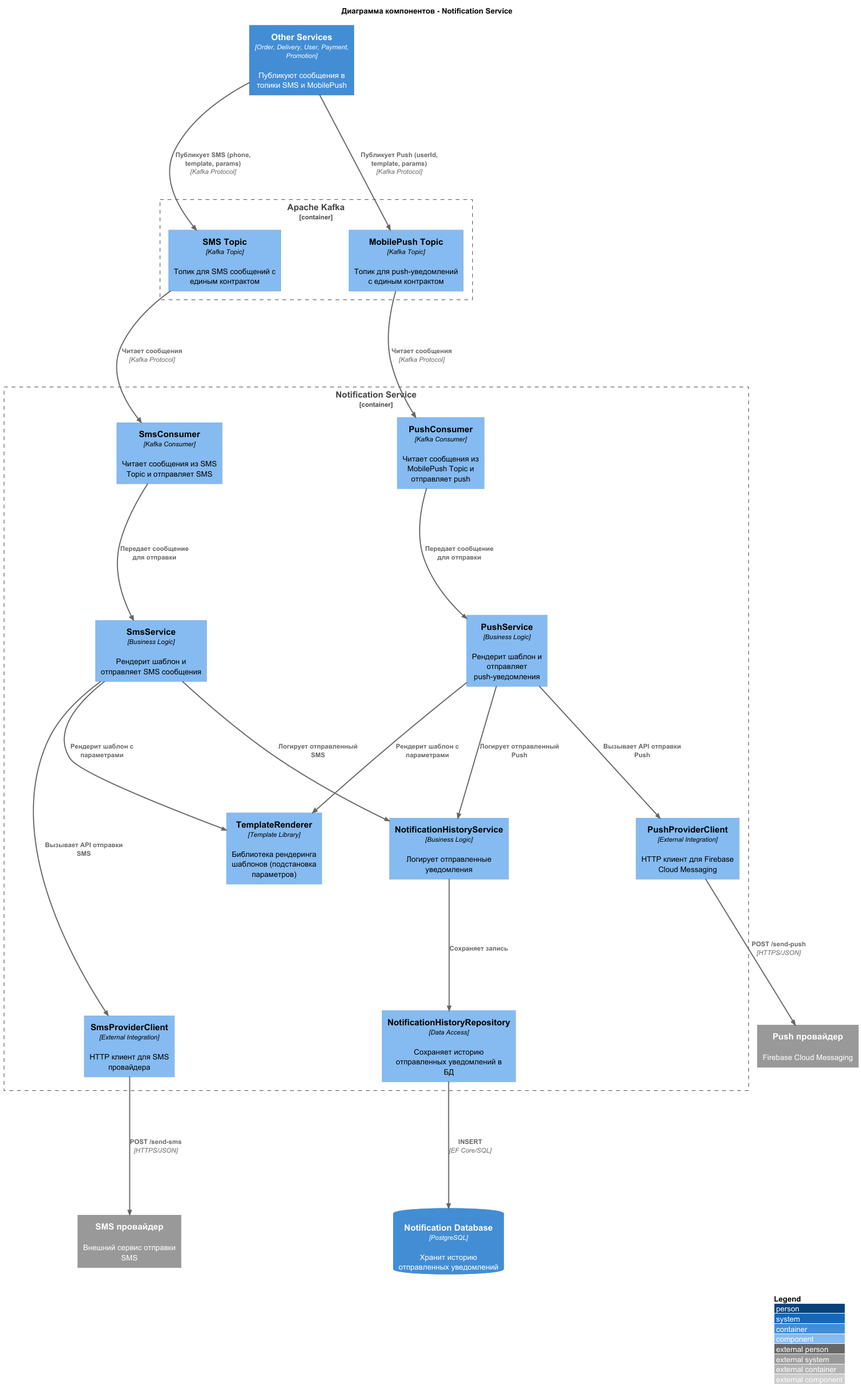
Earlier version of the PlantUML export Lab Work №2/docs/notification_service_component_diagram.png (QimbE/SoftwareArchitecture).
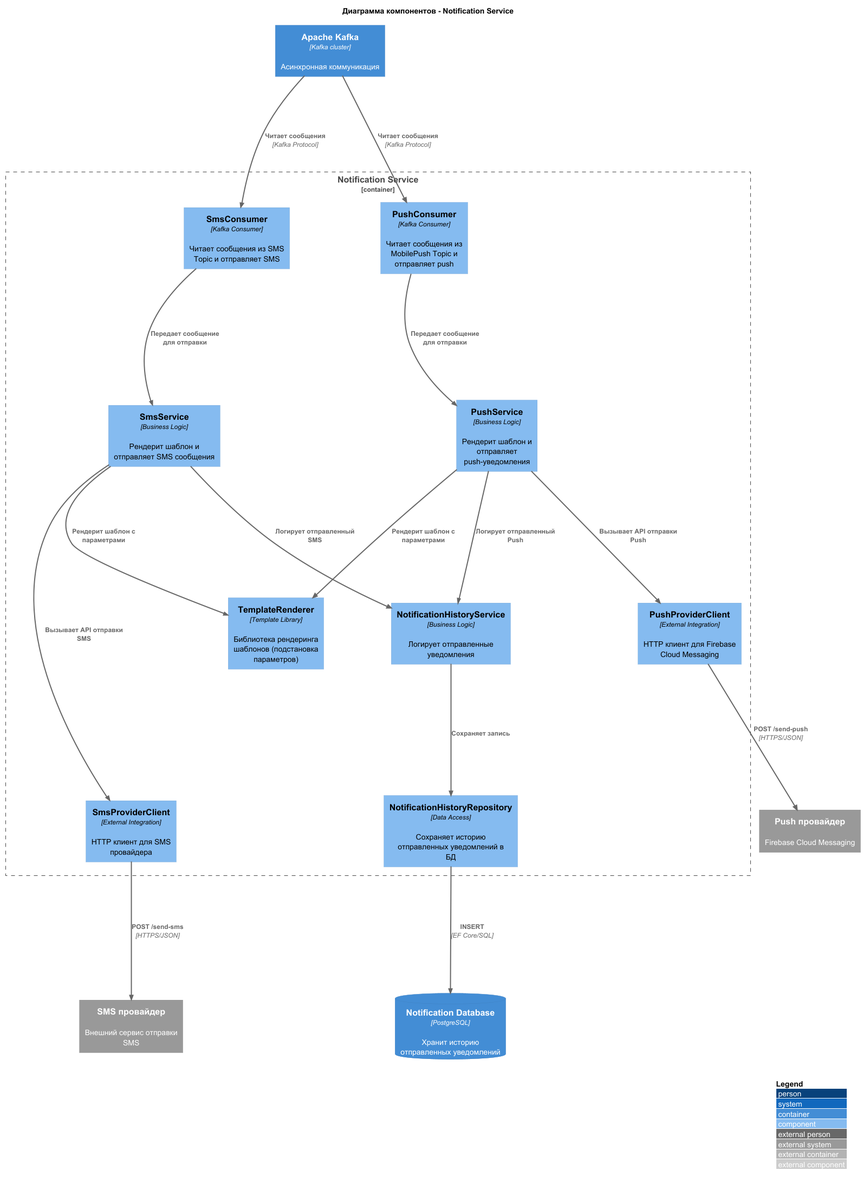
Later version of the same file.

The edit, as a diff of the source:
```diff
@@ -9,12 +9,8 @@
 
 title Диаграмма компонентов - Notification Service
 
-Container(other_services, "Other Services", "Order, Delivery, User, Payment, Promotion", "Публикуют сообщения в топики SMS и MobilePush")
+Container(kafka, "Apache Kafka", "Kafka cluster", "Асинхронная коммуникация")
 
-Container_Boundary(kafka_boundary, "Apache Kafka") {
-    Component(sms_topic, "SMS Topic", "Kafka Topic", "Топик для SMS сообщений с единым контрактом")
-    Component(push_topic, "MobilePush Topic", "Kafka Topic", "Топик для push-уведомлений с единым контрактом")
-}
 
 Container_Boundary(notification_service, "Notification Service") {
     Component(sms_consumer, "SmsConsumer", "Kafka Consumer", "Читает сообщения из SMS Topic и отправляет SMS")
@@ -35,11 +31,8 @@
 System_Ext(sms_provider, "SMS провайдер", "Внешний сервис отправки SMS")
 System_Ext(push_provider, "Push провайдер", "Firebase Cloud Messaging")
 
-Rel(other_services, sms_topic, "Публикует SMS (phone, template, params)", "Kafka Protocol")
-Rel(other_services, push_topic, "Публикует Push (userId, template, params)", "Kafka Protocol")
-
-Rel(sms_topic, sms_consumer, "Читает сообщения", "Kafka Protocol")
-Rel(push_topic, push_consumer, "Читает сообщения", "Kafka Protocol")
+Rel(kafka, sms_consumer, "Читает сообщения", "Kafka Protocol")
+Rel(kafka, push_consumer, "Читает сообщения", "Kafka Protocol")
 
 Rel(sms_consumer, sms_service, "Передает сообщение для отправки")
 Rel(push_consumer, push_service, "Передает сообщение для отправки")
@@ -59,11 +52,7 @@
 
 Rel(notification_history_repo, notification_db, "INSERT", "EF Core/SQL")
 
-Lay_D(other_services, sms_topic)
-Lay_R(sms_topic, push_topic)
 
-Lay_D(sms_topic, sms_consumer)
-Lay_D(push_topic, push_consumer)
 
 Lay_D(sms_consumer, sms_service)
 Lay_D(push_consumer, push_service)
```
